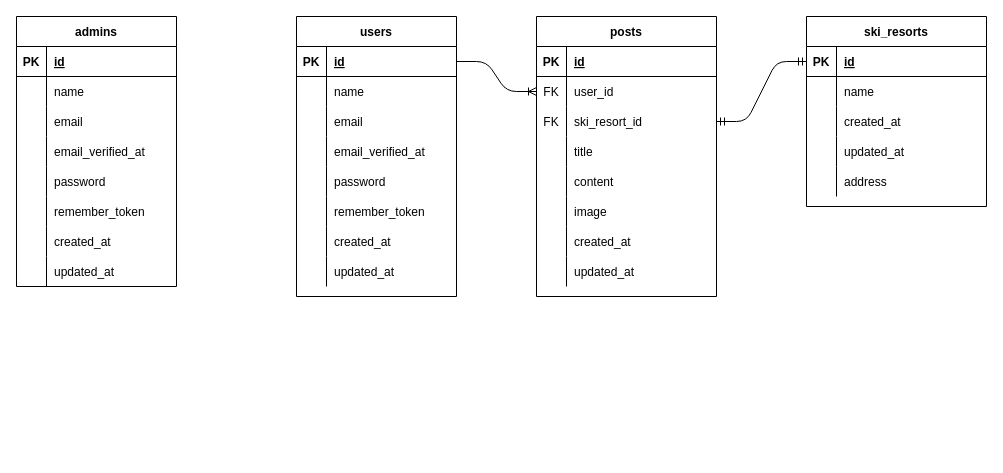
Above: yukiniwa_db.drawio in golpin/yukiniwa (draw.io), before the change. Source tidied: cells renumbered, new cells numbered last; positions are measured from the earlier drawing's top-left corner, leaving out a move shared by most shapes. Both pictures are drawn from the tidied source at 100%, with x=0, y=0 at pixel (16, 16).
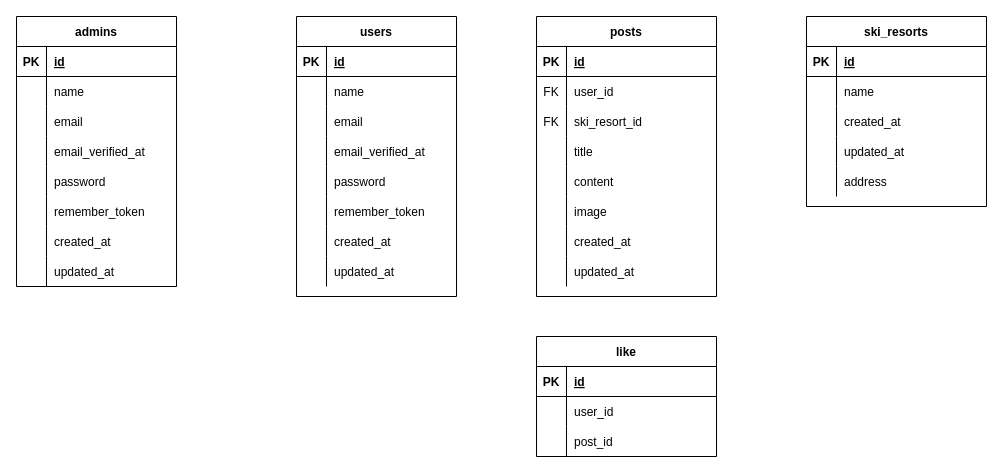
The same page after the edit.

The change refers to these unchanged cells:
```xml
<mxCell id="3" style="shape=partialRectangle;fillColor=none;top=0;left=0;bottom=1;right=0;points=[[0,0.5],[1,0.5]];portConstraint=eastwest;" parent="2" vertex="1">
  <mxGeometry y="30" width="160" height="30" as="geometry" />
</mxCell>
<mxCell id="56" style="shape=partialRectangle;fillColor=none;top=0;left=0;bottom=0;right=0;points=[[0,0.5],[1,0.5]];portConstraint=eastwest;" parent="52" vertex="1">
  <mxGeometry y="60" width="180" height="30" as="geometry" />
</mxCell>
<mxCell id="59" style="shape=partialRectangle;fillColor=none;top=0;left=0;bottom=0;right=0;points=[[0,0.5],[1,0.5]];portConstraint=eastwest;" parent="52" vertex="1">
  <mxGeometry y="90" width="180" height="30" as="geometry" />
</mxCell>
```

Change to the diagram source:
```diff
@@
-    <mxCell id="77" style="edgeStyle=entityRelationEdgeStyle;fontSize=12;html=1;endArrow=ERoneToMany;exitX=1;exitY=0.5;exitDx=0;exitDy=0;entryX=0;entryY=0.5;entryDx=0;entryDy=0;" parent="1" edge="1" source="3" target="56">
-      <mxGeometry relative="1" as="geometry" />
-    </mxCell>
@@
-    <mxCell id="94" style="edgeStyle=entityRelationEdgeStyle;fontSize=12;html=1;endArrow=ERmandOne;startArrow=ERmandOne;exitX=1;exitY=0.5;exitDx=0;exitDy=0;" parent="1" edge="1" source="59">
-      <mxGeometry relative="1" as="geometry">
-        <mxPoint x="790" y="45" as="targetPoint" />
-      </mxGeometry>
-    </mxCell>
+    <mxCell id="95" value="like" style="shape=table;startSize=30;childLayout=tableLayout;rowLines=0;fontStyle=1;align=center;" parent="1" vertex="1">
+      <mxGeometry x="520" y="320" width="180" height="120" as="geometry" />
+    </mxCell>
+    <mxCell id="96" style="shape=partialRectangle;fillColor=none;top=0;left=0;bottom=1;right=0;" parent="95" vertex="1">
+      <mxGeometry y="30" width="180" height="30" as="geometry" />
+    </mxCell>
+    <mxCell id="97" value="PK" style="shape=partialRectangle;fillColor=none;top=0;left=0;bottom=0;right=0;fontStyle=1;overflow=hidden;" parent="96" vertex="1">
+      <mxGeometry width="30" height="30" as="geometry" />
+    </mxCell>
+    <mxCell id="98" value="id" style="shape=partialRectangle;fillColor=none;top=0;left=0;bottom=0;right=0;align=left;spacingLeft=6;fontStyle=5;overflow=hidden;" parent="96" vertex="1">
+      <mxGeometry x="30" width="150" height="30" as="geometry" />
+    </mxCell>
+    <mxCell id="99" style="shape=partialRectangle;fillColor=none;top=0;left=0;bottom=0;right=0;" parent="95" vertex="1">
+      <mxGeometry y="60" width="180" height="30" as="geometry" />
+    </mxCell>
+    <mxCell id="100" style="shape=partialRectangle;fillColor=none;top=0;left=0;bottom=0;right=0;overflow=hidden;" parent="99" vertex="1">
+      <mxGeometry width="30" height="30" as="geometry" />
+    </mxCell>
+    <mxCell id="101" value="user_id" style="shape=partialRectangle;fillColor=none;top=0;left=0;bottom=0;right=0;align=left;spacingLeft=6;overflow=hidden;" parent="99" vertex="1">
+      <mxGeometry x="30" width="150" height="30" as="geometry" />
+    </mxCell>
+    <mxCell id="102" style="shape=partialRectangle;fillColor=none;top=0;left=0;bottom=0;right=0;" parent="95" vertex="1">
+      <mxGeometry y="90" width="180" height="30" as="geometry" />
+    </mxCell>
+    <mxCell id="103" style="shape=partialRectangle;fillColor=none;top=0;left=0;bottom=0;right=0;overflow=hidden;" parent="102" vertex="1">
+      <mxGeometry width="30" height="30" as="geometry" />
+    </mxCell>
+    <mxCell id="104" value="post_id" style="shape=partialRectangle;fillColor=none;top=0;left=0;bottom=0;right=0;align=left;spacingLeft=6;overflow=hidden;" parent="102" vertex="1">
+      <mxGeometry x="30" width="150" height="30" as="geometry" />
+    </mxCell>
```
